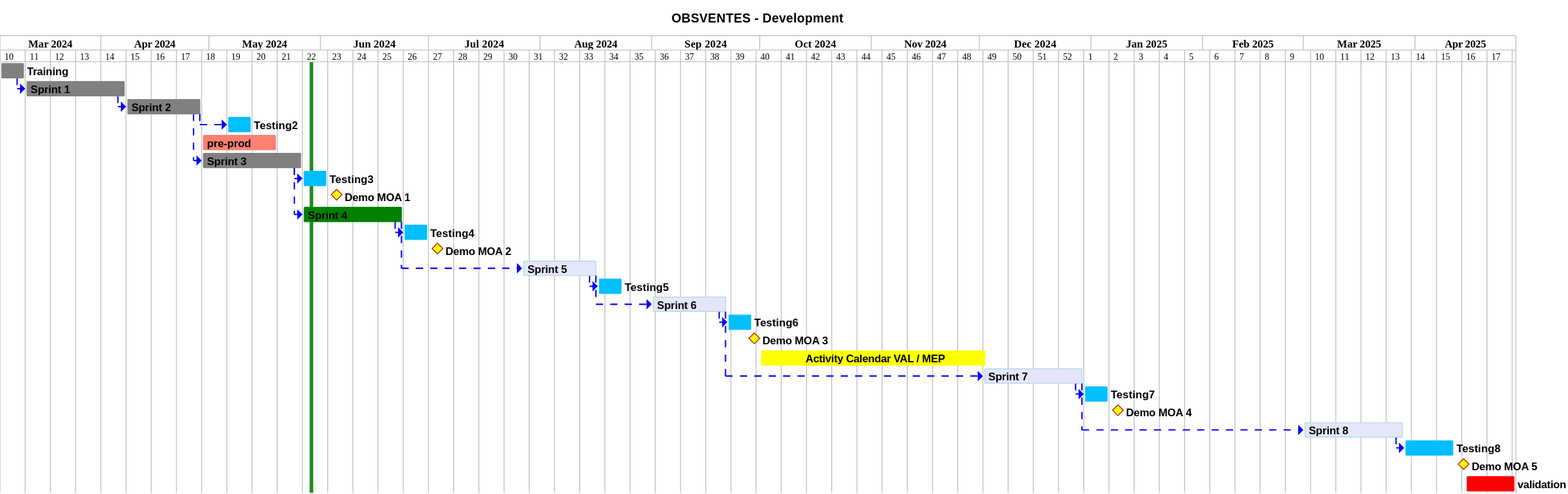
Before: projects/obsvente/not/images/refonte-obsventes-planning-sprints.svg, a diagram exported from PlantUML (sumaris-net/sumaris-doc). Its source is kept beside it as projects/obsvente/not/images/refonte-obsventes-planning-sprints.puml.
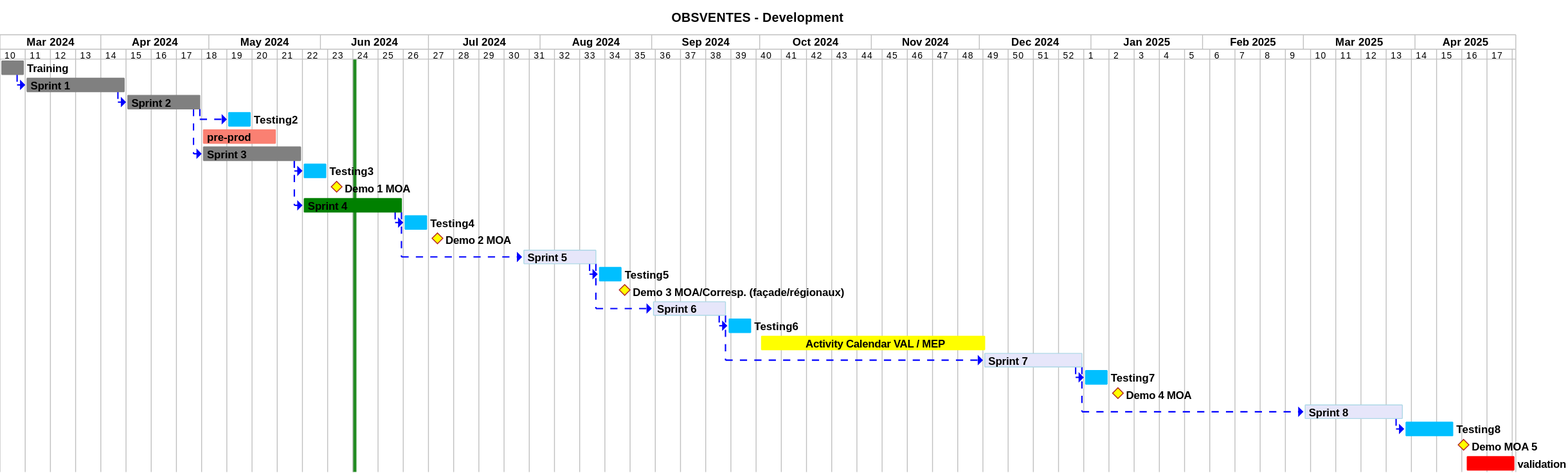
Later version of the same file.

Commit message:
[enh] ObsVentes update with 06/06/2024 moa demo meeting

The edit, as a diff of the source:
```diff
@@ -78,28 +78,28 @@
 [TASK2]->[TASK3]
 [Testing3] requires 1 week
 [TASK3]->[Testing3]
-[Demo MOA 1] happens 3 day after [Testing3]'s end
+[Demo 1 MOA] happens 3 day after [Testing3]'s end
 
 [Sprint 4] as [TASK4] requires 4 weeks and starts the 27th of May 2024
 [TASK4] is colored in green
 [TASK3]->[TASK4]
 [Testing4] requires 1 week
 [TASK4]->[Testing4]
-[Demo MOA 2] happens 3 day after [Testing4]'s end
+[Demo 2 MOA] happens 3 day after [Testing4]'s end
 
 [Sprint 5] as [TASK5] requires 3 weeks and starts the 27th of July 2024
 [TASK5] is colored in Lavender/LightBlue
 [TASK4]->[TASK5]
 [Testing5] requires 1 week
 [TASK5]->[Testing5]
-
+[Demo 3 MOA/Corresp. (façade/régionaux)] happens 1 day after [Testing5]'s end
 [Sprint 6] as [TASK6] requires 3 weeks and starts the 1th of September 2024
 
 [TASK6] is colored in Lavender/LightBlue
 [TASK5]->[TASK6]
 [Testing6] requires 1 week
 [TASK6]->[Testing6]
-[Demo MOA 3] happens 1 day after [Testing6]'s end
+
 
 [               Activity Calendar VAL / MEP] as [ActivityCalendarMEP] starts 1th October 2024 and requires 9 weeks
 [ActivityCalendarMEP] is colored in yellow
@@ -109,7 +109,7 @@
 [TASK6]->[TASK7]
 [Testing7] requires 1 week
 [TASK7]->[Testing7]
-[Demo MOA 4] happens 3 day after [Testing7]'s end
+[Demo 4 MOA] happens 3 day after [Testing7]'s end
 
 [Sprint 8] as [TASK8] requires 4 weeks and starts the 1th of March 2025
 [TASK8] is colored in Lavender/LightBlue
```
